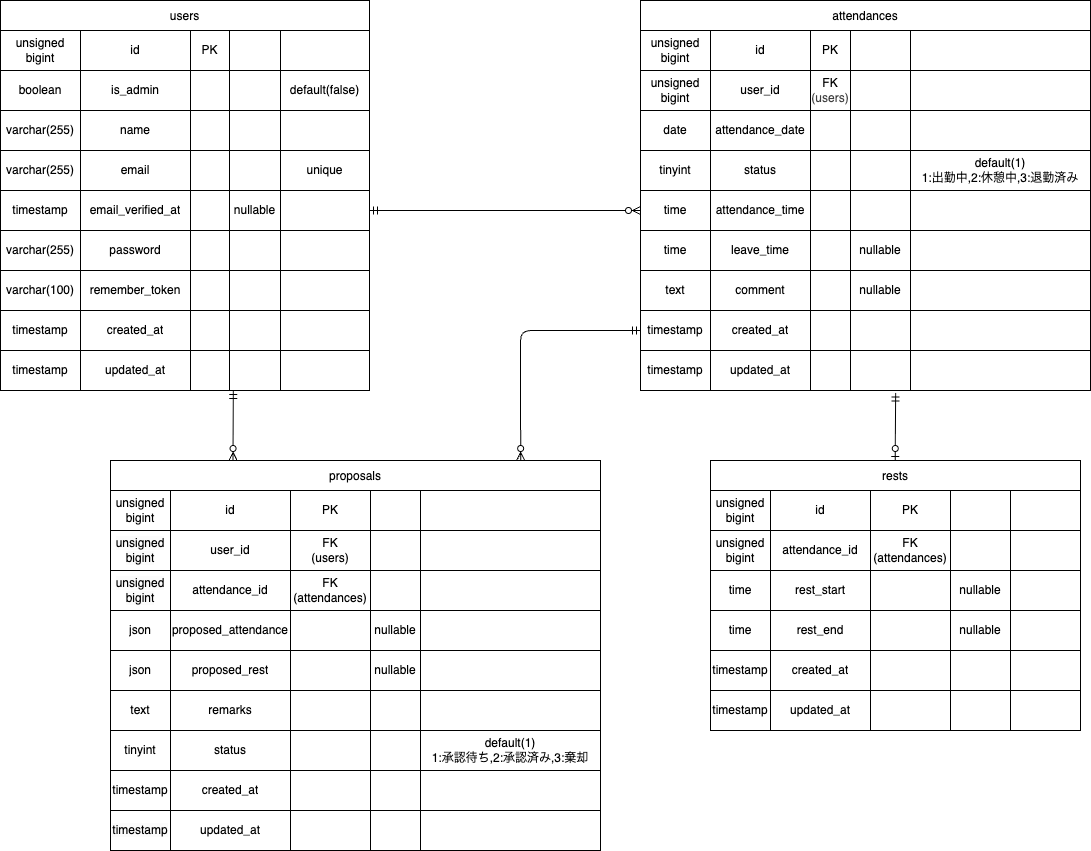
The draw.io diagram ER.png in RINGO-days/time-tracker__test, before a commit. Source tidied: cells renumbered, new cells last; positions are measured from the earlier drawing's top-left corner, leaving out a move shared by most shapes.
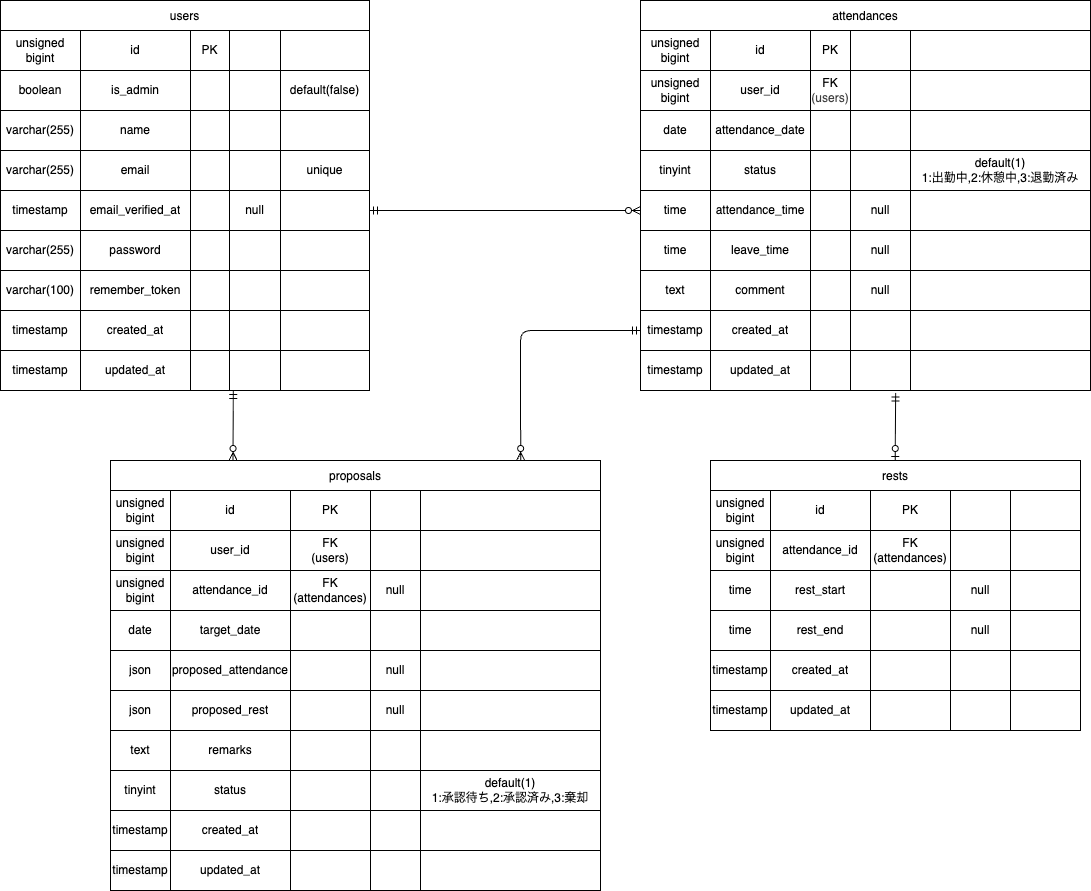
Above is the later version.

What changed in the source:
```diff
@@ -89,7 +89,7 @@
     <mxCell id="30" style="shape=partialRectangle;html=1;whiteSpace=wrap;strokeColor=inherit;overflow=hidden;fillColor=none;top=0;left=0;bottom=0;right=0;" parent="27" vertex="1">
       <mxGeometry x="190" width="39" height="40" as="geometry" />
     </mxCell>
-    <mxCell id="31" value="nullable" style="shape=partialRectangle;html=1;whiteSpace=wrap;strokeColor=inherit;overflow=hidden;fillColor=none;top=0;left=0;bottom=0;right=0;" parent="27" vertex="1">
+    <mxCell id="31" value="null" style="shape=partialRectangle;html=1;whiteSpace=wrap;strokeColor=inherit;overflow=hidden;fillColor=none;top=0;left=0;bottom=0;right=0;" parent="27" vertex="1">
       <mxGeometry x="229" width="51" height="40" as="geometry" />
     </mxCell>
     <mxCell id="32" style="shape=partialRectangle;html=1;whiteSpace=wrap;strokeColor=inherit;overflow=hidden;fillColor=none;top=0;left=0;bottom=0;right=0;" parent="27" vertex="1">
@@ -254,7 +254,7 @@
     <mxCell id="85" style="shape=partialRectangle;html=1;whiteSpace=wrap;strokeColor=inherit;overflow=hidden;fillColor=none;top=0;left=0;bottom=0;right=0;" parent="82" vertex="1">
       <mxGeometry x="170" width="40" height="40" as="geometry" />
     </mxCell>
-    <mxCell id="86" style="shape=partialRectangle;html=1;whiteSpace=wrap;strokeColor=inherit;overflow=hidden;fillColor=none;top=0;left=0;bottom=0;right=0;" parent="82" vertex="1">
+    <mxCell id="86" value="null" style="shape=partialRectangle;html=1;whiteSpace=wrap;strokeColor=inherit;overflow=hidden;fillColor=none;top=0;left=0;bottom=0;right=0;" parent="82" vertex="1">
       <mxGeometry x="210" width="60" height="40" as="geometry" />
     </mxCell>
     <mxCell id="87" style="shape=partialRectangle;html=1;whiteSpace=wrap;strokeColor=inherit;overflow=hidden;fillColor=none;top=0;left=0;bottom=0;right=0;" parent="82" vertex="1">
@@ -272,7 +272,7 @@
     <mxCell id="91" style="shape=partialRectangle;html=1;whiteSpace=wrap;strokeColor=inherit;overflow=hidden;fillColor=none;top=0;left=0;bottom=0;right=0;" parent="88" vertex="1">
       <mxGeometry x="170" width="40" height="40" as="geometry" />
     </mxCell>
-    <mxCell id="92" value="nullable" style="shape=partialRectangle;html=1;whiteSpace=wrap;strokeColor=inherit;overflow=hidden;fillColor=none;top=0;left=0;bottom=0;right=0;" parent="88" vertex="1">
+    <mxCell id="92" value="null" style="shape=partialRectangle;html=1;whiteSpace=wrap;strokeColor=inherit;overflow=hidden;fillColor=none;top=0;left=0;bottom=0;right=0;" parent="88" vertex="1">
       <mxGeometry x="210" width="60" height="40" as="geometry" />
     </mxCell>
     <mxCell id="93" style="shape=partialRectangle;html=1;whiteSpace=wrap;strokeColor=inherit;overflow=hidden;fillColor=none;top=0;left=0;bottom=0;right=0;" parent="88" vertex="1">
@@ -290,7 +290,7 @@
     <mxCell id="97" style="shape=partialRectangle;html=1;whiteSpace=wrap;strokeColor=inherit;overflow=hidden;fillColor=none;top=0;left=0;bottom=0;right=0;" parent="94" vertex="1">
       <mxGeometry x="170" width="40" height="40" as="geometry" />
     </mxCell>
-    <mxCell id="98" value="nullable" style="shape=partialRectangle;html=1;whiteSpace=wrap;strokeColor=inherit;overflow=hidden;fillColor=none;top=0;left=0;bottom=0;right=0;" parent="94" vertex="1">
+    <mxCell id="98" value="null" style="shape=partialRectangle;html=1;whiteSpace=wrap;strokeColor=inherit;overflow=hidden;fillColor=none;top=0;left=0;bottom=0;right=0;" parent="94" vertex="1">
       <mxGeometry x="210" width="60" height="40" as="geometry" />
     </mxCell>
     <mxCell id="99" style="shape=partialRectangle;html=1;whiteSpace=wrap;strokeColor=inherit;overflow=hidden;fillColor=none;top=0;left=0;bottom=0;right=0;" parent="94" vertex="1">
@@ -383,7 +383,7 @@
     <mxCell id="128" style="shape=partialRectangle;html=1;whiteSpace=wrap;strokeColor=inherit;overflow=hidden;fillColor=none;top=0;left=0;bottom=0;right=0;" parent="125" vertex="1">
       <mxGeometry x="160" width="80" height="40" as="geometry" />
     </mxCell>
-    <mxCell id="129" value="nullable" style="shape=partialRectangle;html=1;whiteSpace=wrap;strokeColor=inherit;overflow=hidden;fillColor=none;top=0;left=0;bottom=0;right=0;" parent="125" vertex="1">
+    <mxCell id="129" value="null" style="shape=partialRectangle;html=1;whiteSpace=wrap;strokeColor=inherit;overflow=hidden;fillColor=none;top=0;left=0;bottom=0;right=0;" parent="125" vertex="1">
       <mxGeometry x="240" width="60" height="40" as="geometry" />
     </mxCell>
     <mxCell id="130" style="shape=partialRectangle;html=1;whiteSpace=wrap;strokeColor=inherit;overflow=hidden;fillColor=none;top=0;left=0;bottom=0;right=0;" parent="125" vertex="1">
@@ -401,7 +401,7 @@
     <mxCell id="134" style="shape=partialRectangle;html=1;whiteSpace=wrap;strokeColor=inherit;overflow=hidden;fillColor=none;top=0;left=0;bottom=0;right=0;" parent="131" vertex="1">
       <mxGeometry x="160" width="80" height="40" as="geometry" />
     </mxCell>
-    <mxCell id="135" value="&lt;span style=&quot;color: rgb(0, 0, 0);&quot;&gt;nullable&lt;/span&gt;" style="shape=partialRectangle;html=1;whiteSpace=wrap;strokeColor=inherit;overflow=hidden;fillColor=none;top=0;left=0;bottom=0;right=0;" parent="131" vertex="1">
+    <mxCell id="135" value="&lt;span style=&quot;color: rgb(0, 0, 0);&quot;&gt;null&lt;/span&gt;" style="shape=partialRectangle;html=1;whiteSpace=wrap;strokeColor=inherit;overflow=hidden;fillColor=none;top=0;left=0;bottom=0;right=0;" parent="131" vertex="1">
       <mxGeometry x="240" width="60" height="40" as="geometry" />
     </mxCell>
     <mxCell id="136" style="shape=partialRectangle;html=1;whiteSpace=wrap;strokeColor=inherit;overflow=hidden;fillColor=none;top=0;left=0;bottom=0;right=0;" parent="131" vertex="1">
@@ -444,7 +444,7 @@
       <mxGeometry x="300" width="70" height="40" as="geometry" />
     </mxCell>
     <mxCell id="149" value="proposals" style="shape=table;startSize=30;" parent="1" vertex="1">
-      <mxGeometry x="110" y="460" width="490" height="390" as="geometry" />
+      <mxGeometry x="110" y="460" width="490" height="430" as="geometry" />
     </mxCell>
     <mxCell id="150" style="shape=tableRow;horizontal=0;startSize=0;swimlaneHead=0;swimlaneBody=0;strokeColor=inherit;top=0;left=0;bottom=0;right=0;fillColor=none;" parent="149" vertex="1">
       <mxGeometry y="30" width="490" height="40" as="geometry" />
@@ -494,14 +494,32 @@
     <mxCell id="165" value="FK&lt;div&gt;(attendances)&lt;/div&gt;" style="shape=partialRectangle;html=1;whiteSpace=wrap;strokeColor=inherit;overflow=hidden;fillColor=none;top=0;left=0;bottom=0;right=0;" parent="162" vertex="1">
       <mxGeometry x="180" width="80" height="40" as="geometry" />
     </mxCell>
-    <mxCell id="166" style="shape=partialRectangle;html=1;whiteSpace=wrap;strokeColor=inherit;overflow=hidden;fillColor=none;top=0;left=0;bottom=0;right=0;" parent="162" vertex="1">
+    <mxCell id="166" value="null" style="shape=partialRectangle;html=1;whiteSpace=wrap;strokeColor=inherit;overflow=hidden;fillColor=none;top=0;left=0;bottom=0;right=0;" parent="162" vertex="1">
       <mxGeometry x="260" width="50" height="40" as="geometry" />
     </mxCell>
     <mxCell id="167" style="shape=partialRectangle;html=1;whiteSpace=wrap;strokeColor=inherit;overflow=hidden;fillColor=none;top=0;left=0;bottom=0;right=0;" parent="162" vertex="1">
       <mxGeometry x="310" width="180" height="40" as="geometry" />
     </mxCell>
+    <mxCell id="208" style="shape=tableRow;horizontal=0;startSize=0;swimlaneHead=0;swimlaneBody=0;strokeColor=inherit;top=0;left=0;bottom=0;right=0;fillColor=none;" parent="149" vertex="1">
+      <mxGeometry y="150" width="490" height="40" as="geometry" />
+    </mxCell>
+    <mxCell id="209" value="date" style="shape=partialRectangle;html=1;whiteSpace=wrap;strokeColor=inherit;overflow=hidden;fillColor=none;top=0;left=0;bottom=0;right=0;" parent="208" vertex="1">
+      <mxGeometry width="60" height="40" as="geometry" />
+    </mxCell>
+    <mxCell id="210" value="target_date" style="shape=partialRectangle;html=1;whiteSpace=wrap;strokeColor=inherit;overflow=hidden;fillColor=none;top=0;left=0;bottom=0;right=0;" parent="208" vertex="1">
+      <mxGeometry x="60" width="120" height="40" as="geometry" />
+    </mxCell>
+    <mxCell id="211" style="shape=partialRectangle;html=1;whiteSpace=wrap;strokeColor=inherit;overflow=hidden;fillColor=none;top=0;left=0;bottom=0;right=0;" parent="208" vertex="1">
+      <mxGeometry x="180" width="80" height="40" as="geometry" />
+    </mxCell>
+    <mxCell id="212" style="shape=partialRectangle;html=1;whiteSpace=wrap;strokeColor=inherit;overflow=hidden;fillColor=none;top=0;left=0;bottom=0;right=0;" parent="208" vertex="1">
+      <mxGeometry x="260" width="50" height="40" as="geometry" />
+    </mxCell>
+    <mxCell id="213" style="shape=partialRectangle;html=1;whiteSpace=wrap;strokeColor=inherit;overflow=hidden;fillColor=none;top=0;left=0;bottom=0;right=0;" parent="208" vertex="1">
+      <mxGeometry x="310" width="180" height="40" as="geometry" />
+    </mxCell>
     <mxCell id="168" style="shape=tableRow;horizontal=0;startSize=0;swimlaneHead=0;swimlaneBody=0;strokeColor=inherit;top=0;left=0;bottom=0;right=0;fillColor=none;" parent="149" vertex="1">
-      <mxGeometry y="150" width="490" height="40" as="geometry" />
+      <mxGeometry y="190" width="490" height="40" as="geometry" />
     </mxCell>
     <mxCell id="169" value="json" style="shape=partialRectangle;html=1;whiteSpace=wrap;strokeColor=inherit;overflow=hidden;fillColor=none;top=0;left=0;bottom=0;right=0;" parent="168" vertex="1">
       <mxGeometry width="60" height="40" as="geometry" />
@@ -512,14 +530,14 @@
     <mxCell id="171" style="shape=partialRectangle;html=1;whiteSpace=wrap;strokeColor=inherit;overflow=hidden;fillColor=none;top=0;left=0;bottom=0;right=0;" parent="168" vertex="1">
       <mxGeometry x="180" width="80" height="40" as="geometry" />
     </mxCell>
-    <mxCell id="172" value="nullable" style="shape=partialRectangle;html=1;whiteSpace=wrap;strokeColor=inherit;overflow=hidden;fillColor=none;top=0;left=0;bottom=0;right=0;" parent="168" vertex="1">
+    <mxCell id="172" value="null" style="shape=partialRectangle;html=1;whiteSpace=wrap;strokeColor=inherit;overflow=hidden;fillColor=none;top=0;left=0;bottom=0;right=0;" parent="168" vertex="1">
       <mxGeometry x="260" width="50" height="40" as="geometry" />
     </mxCell>
     <mxCell id="173" style="shape=partialRectangle;html=1;whiteSpace=wrap;strokeColor=inherit;overflow=hidden;fillColor=none;top=0;left=0;bottom=0;right=0;" parent="168" vertex="1">
       <mxGeometry x="310" width="180" height="40" as="geometry" />
     </mxCell>
     <mxCell id="174" style="shape=tableRow;horizontal=0;startSize=0;swimlaneHead=0;swimlaneBody=0;strokeColor=inherit;top=0;left=0;bottom=0;right=0;fillColor=none;" parent="149" vertex="1">
-      <mxGeometry y="190" width="490" height="40" as="geometry" />
+      <mxGeometry y="230" width="490" height="40" as="geometry" />
     </mxCell>
     <mxCell id="175" value="json" style="shape=partialRectangle;html=1;whiteSpace=wrap;strokeColor=inherit;overflow=hidden;fillColor=none;top=0;left=0;bottom=0;right=0;" parent="174" vertex="1">
       <mxGeometry width="60" height="40" as="geometry" />
@@ -530,14 +548,14 @@
     <mxCell id="177" style="shape=partialRectangle;html=1;whiteSpace=wrap;strokeColor=inherit;overflow=hidden;fillColor=none;top=0;left=0;bottom=0;right=0;" parent="174" vertex="1">
       <mxGeometry x="180" width="80" height="40" as="geometry" />
     </mxCell>
-    <mxCell id="178" value="nullable" style="shape=partialRectangle;html=1;whiteSpace=wrap;strokeColor=inherit;overflow=hidden;fillColor=none;top=0;left=0;bottom=0;right=0;" parent="174" vertex="1">
+    <mxCell id="178" value="null" style="shape=partialRectangle;html=1;whiteSpace=wrap;strokeColor=inherit;overflow=hidden;fillColor=none;top=0;left=0;bottom=0;right=0;" parent="174" vertex="1">
       <mxGeometry x="260" width="50" height="40" as="geometry" />
     </mxCell>
     <mxCell id="179" style="shape=partialRectangle;html=1;whiteSpace=wrap;strokeColor=inherit;overflow=hidden;fillColor=none;top=0;left=0;bottom=0;right=0;" parent="174" vertex="1">
       <mxGeometry x="310" width="180" height="40" as="geometry" />
     </mxCell>
     <mxCell id="180" style="shape=tableRow;horizontal=0;startSize=0;swimlaneHead=0;swimlaneBody=0;strokeColor=inherit;top=0;left=0;bottom=0;right=0;fillColor=none;" parent="149" vertex="1">
-      <mxGeometry y="230" width="490" height="40" as="geometry" />
+      <mxGeometry y="270" width="490" height="40" as="geometry" />
     </mxCell>
     <mxCell id="181" value="text" style="shape=partialRectangle;html=1;whiteSpace=wrap;strokeColor=inherit;overflow=hidden;fillColor=none;top=0;left=0;bottom=0;right=0;" parent="180" vertex="1">
       <mxGeometry width="60" height="40" as="geometry" />
@@ -555,7 +573,7 @@
       <mxGeometry x="310" width="180" height="40" as="geometry" />
     </mxCell>
     <mxCell id="186" style="shape=tableRow;horizontal=0;startSize=0;swimlaneHead=0;swimlaneBody=0;strokeColor=inherit;top=0;left=0;bottom=0;right=0;fillColor=none;" parent="149" vertex="1">
-      <mxGeometry y="270" width="490" height="40" as="geometry" />
+      <mxGeometry y="310" width="490" height="40" as="geometry" />
     </mxCell>
     <mxCell id="187" value="tinyint" style="shape=partialRectangle;html=1;whiteSpace=wrap;strokeColor=inherit;overflow=hidden;fillColor=none;top=0;left=0;bottom=0;right=0;" parent="186" vertex="1">
       <mxGeometry width="60" height="40" as="geometry" />
@@ -573,7 +591,7 @@
       <mxGeometry x="310" width="180" height="40" as="geometry" />
     </mxCell>
     <mxCell id="192" style="shape=tableRow;horizontal=0;startSize=0;swimlaneHead=0;swimlaneBody=0;strokeColor=inherit;top=0;left=0;bottom=0;right=0;fillColor=none;" parent="149" vertex="1">
-      <mxGeometry y="310" width="490" height="40" as="geometry" />
+      <mxGeometry y="350" width="490" height="40" as="geometry" />
     </mxCell>
     <mxCell id="193" value="&lt;span style=&quot;color: rgb(0, 0, 0);&quot;&gt;timestamp&lt;/span&gt;" style="shape=partialRectangle;html=1;whiteSpace=wrap;strokeColor=inherit;overflow=hidden;fillColor=none;top=0;left=0;bottom=0;right=0;" parent="192" vertex="1">
       <mxGeometry width="60" height="40" as="geometry" />
@@ -591,7 +609,7 @@
       <mxGeometry x="310" width="180" height="40" as="geometry" />
     </mxCell>
     <mxCell id="198" style="shape=tableRow;horizontal=0;startSize=0;swimlaneHead=0;swimlaneBody=0;strokeColor=inherit;top=0;left=0;bottom=0;right=0;fillColor=none;" parent="149" vertex="1">
-      <mxGeometry y="350" width="490" height="40" as="geometry" />
+      <mxGeometry y="390" width="490" height="40" as="geometry" />
     </mxCell>
     <mxCell id="199" value="&lt;meta charset=&quot;utf-8&quot;&gt;&lt;span style=&quot;color: rgb(0, 0, 0); font-family: Helvetica; font-size: 12px; font-style: normal; font-variant-ligatures: normal; font-variant-caps: normal; font-weight: 400; letter-spacing: normal; orphans: 2; text-align: center; text-indent: 0px; text-transform: none; widows: 2; word-spacing: 0px; -webkit-text-stroke-width: 0px; white-space: normal; background-color: rgb(251, 251, 251); text-decoration-thickness: initial; text-decoration-style: initial; text-decoration-color: initial; display: inline !important; float: none;&quot;&gt;timestamp&lt;/span&gt;" style="shape=partialRectangle;html=1;whiteSpace=wrap;strokeColor=inherit;overflow=hidden;fillColor=none;top=0;left=0;bottom=0;right=0;" parent="198" vertex="1">
       <mxGeometry width="60" height="40" as="geometry" />
```
